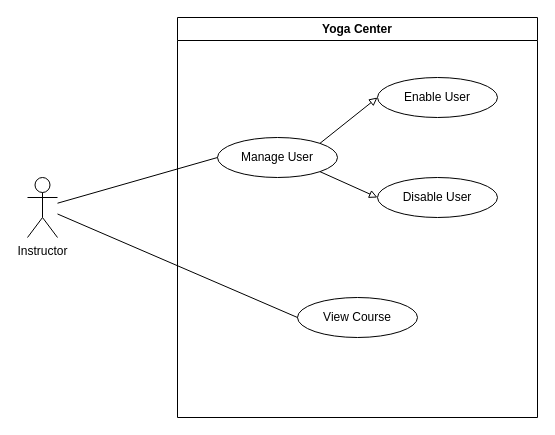
Before: page "Page-5" (5 of 5) of Untitled Diagram.drawio in minhng-178/web-starter-projects, a draw.io diagram. Source tidied: cells renumbered, new cells numbered last; positions are measured from the earlier drawing's top-left corner, leaving out a move shared by most shapes. Both pictures are drawn from the tidied source at 100%, with x=0, y=0 at pixel (27, 17).
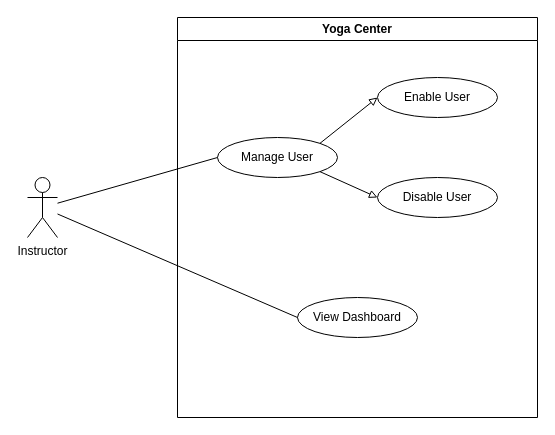
Above is the later version.

Change to the diagram source:
```diff
@@
 <mxGraphModel>
   <root>
     <mxCell id="0" />
     <mxCell id="1" parent="0" />
     <mxCell id="2" value="Instructor" style="shape=umlActor;verticalLabelPosition=bottom;verticalAlign=top;html=1;outlineConnect=0;" parent="1" vertex="1">
       <mxGeometry y="160" width="30" height="60" as="geometry" />
     </mxCell>
     <mxCell id="3" value="Yoga Center" style="swimlane;whiteSpace=wrap;html=1;" parent="1" vertex="1">
       <mxGeometry x="150" width="360" height="400" as="geometry" />
     </mxCell>
     <mxCell id="4" value="Manage User" style="ellipse;whiteSpace=wrap;html=1;" parent="3" vertex="1">
       <mxGeometry x="40" y="120" width="120" height="40" as="geometry" />
     </mxCell>
-    <mxCell id="5" value="View Course" style="ellipse;whiteSpace=wrap;html=1;" parent="3" vertex="1">
+    <mxCell id="5" value="View Dashboard" style="ellipse;whiteSpace=wrap;html=1;" parent="3" vertex="1">
       <mxGeometry x="120" y="280" width="120" height="40" as="geometry" />
     </mxCell>
     <mxCell id="6" value="Enable User" style="ellipse;whiteSpace=wrap;html=1;" parent="3" vertex="1">
       <mxGeometry x="200" y="60" width="120" height="40" as="geometry" />
     </mxCell>
     <mxCell id="7" style="endArrow=block;html=1;rounded=0;exitX=1;exitY=0;exitDx=0;exitDy=0;endFill=0;entryX=0;entryY=0.5;entryDx=0;entryDy=0;" parent="3" edge="1" source="4" target="6">
       <mxGeometry relative="1" as="geometry" />
     </mxCell>
     <mxCell id="8" value="Disable User" style="ellipse;whiteSpace=wrap;html=1;" parent="3" vertex="1">
       <mxGeometry x="200" y="160" width="120" height="40" as="geometry" />
     </mxCell>
     <mxCell id="9" style="endArrow=block;html=1;rounded=0;exitX=1;exitY=1;exitDx=0;exitDy=0;endFill=0;entryX=0;entryY=0.5;entryDx=0;entryDy=0;" parent="3" edge="1" source="4" target="8">
       <mxGeometry relative="1" as="geometry" />
     </mxCell>
     <mxCell id="10" style="endArrow=none;html=1;rounded=0;entryX=0;entryY=0.5;entryDx=0;entryDy=0;" parent="1" edge="1" source="2" target="4">
       <mxGeometry relative="1" as="geometry" />
     </mxCell>
     <mxCell id="11" style="endArrow=none;html=1;rounded=0;entryX=0;entryY=0.5;entryDx=0;entryDy=0;" parent="1" edge="1" source="2" target="5">
       <mxGeometry relative="1" as="geometry" />
     </mxCell>
   </root>
 </mxGraphModel>
```
